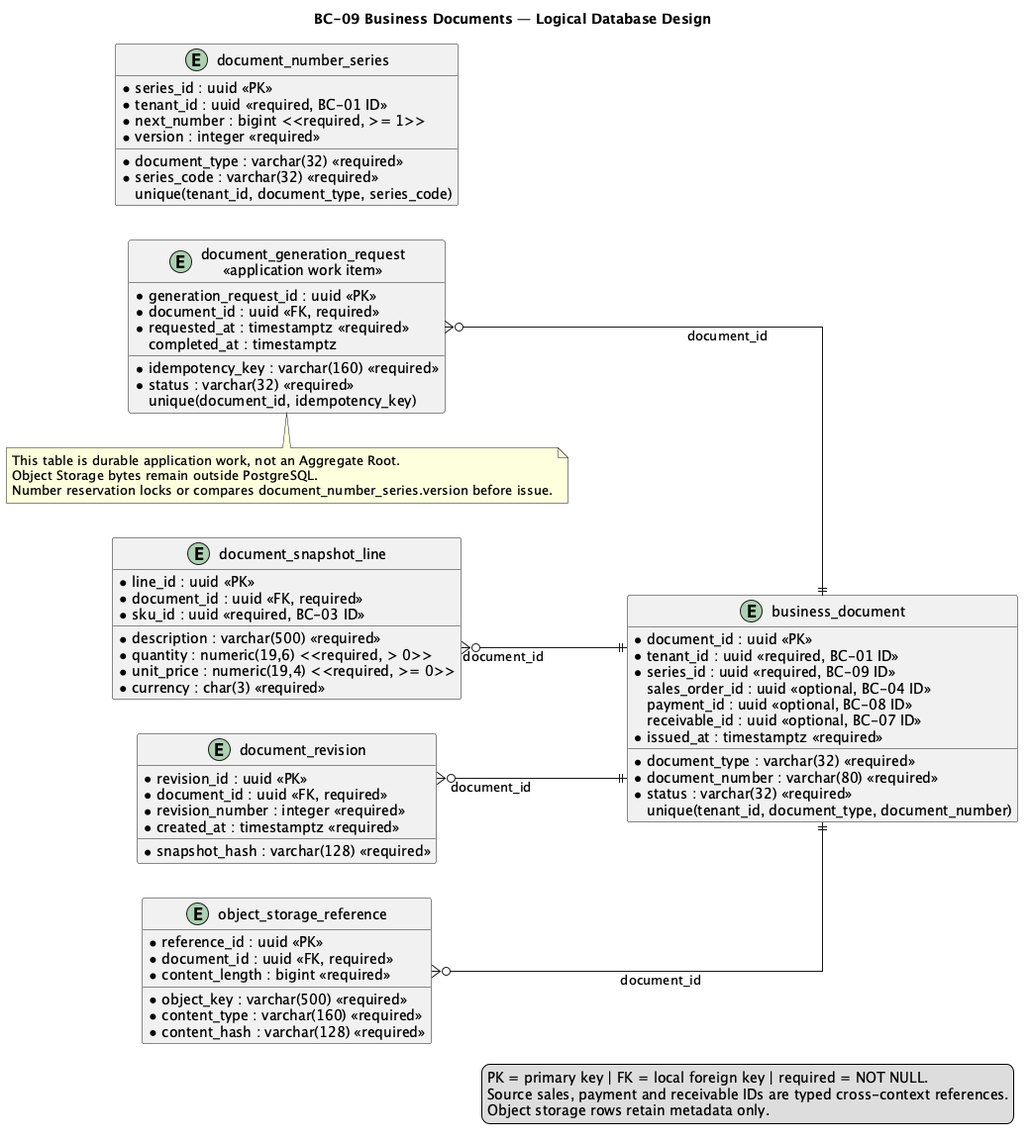
The PlantUML diagram report/assets/chapter-2/tactical/BC-09/database-diagram.png in nexa-suite/mobile-report, before a commit.
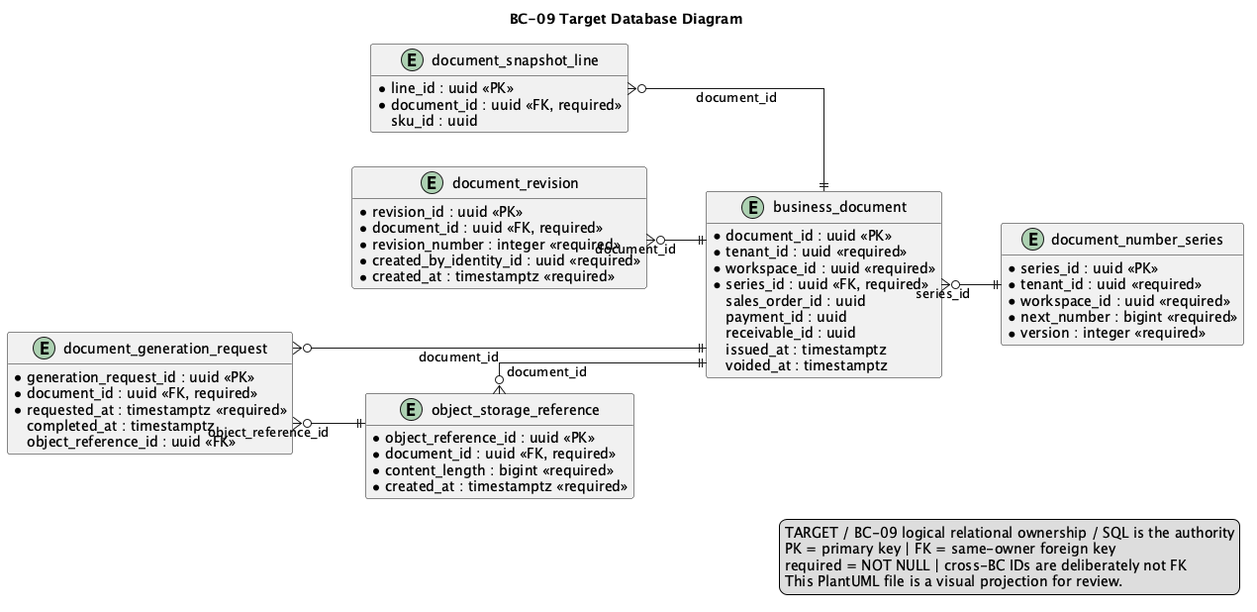
After the commit.

Change to the diagram source:
```diff
@@ -1,6 +1,7 @@
 @startuml
-title BC-09 Business Documents — Logical Database Design
+title BC-09 Target Database Diagram
 left to right direction
+hide methods
 skinparam shadowing false
 skinparam linetype ortho
 skinparam entity {
@@ -9,81 +10,83 @@
   FontColor #0F172A
 }
 
-entity "document_number_series" as document_number_series {
+entity "document_number_series" as t_document_number_series {
   * series_id : uuid <<PK>>
-  * tenant_id : uuid <<required, BC-01 ID>>
+  * tenant_id : uuid <<required>>
+  * workspace_id : uuid <<required>>
   * document_type : varchar(32) <<required>>
   * series_code : varchar(32) <<required>>
-  * next_number : bigint <<required, >= 1>>
+  * next_number : bigint <<required>>
   * version : integer <<required>>
-    unique(tenant_id, document_type, series_code)
 }
 
-entity "business_document" as business_document {
+entity "business_document" as t_business_document {
   * document_id : uuid <<PK>>
-  * tenant_id : uuid <<required, BC-01 ID>>
-  * series_id : uuid <<required, BC-09 ID>>
+  * tenant_id : uuid <<required>>
+  * workspace_id : uuid <<required>>
+  * series_id : uuid <<FK, required>>
   * document_type : varchar(32) <<required>>
   * document_number : varchar(80) <<required>>
-    sales_order_id : uuid <<optional, BC-04 ID>>
-    payment_id : uuid <<optional, BC-08 ID>>
-    receivable_id : uuid <<optional, BC-07 ID>>
+    sales_order_id : uuid
+    payment_id : uuid
+    receivable_id : uuid
   * status : varchar(32) <<required>>
-  * issued_at : timestamptz <<required>>
-    unique(tenant_id, document_type, document_number)
+    issued_at : timestamptz
+    voided_at : timestamptz
 }
 
-entity "document_snapshot_line" as document_snapshot_line {
+entity "document_snapshot_line" as t_document_snapshot_line {
   * line_id : uuid <<PK>>
   * document_id : uuid <<FK, required>>
-  * sku_id : uuid <<required, BC-03 ID>>
+    sku_id : uuid
+    sku_code : varchar(80)
   * description : varchar(500) <<required>>
-  * quantity : numeric(19,6) <<required, > 0>>
-  * unit_price : numeric(19,4) <<required, >= 0>>
+  * quantity : numeric(19,6) <<required>>
+  * unit_price : numeric(19,4) <<required>>
   * currency : char(3) <<required>>
+  * line_total : numeric(19,4) <<required>>
 }
 
-entity "document_revision" as document_revision {
+entity "document_revision" as t_document_revision {
   * revision_id : uuid <<PK>>
   * document_id : uuid <<FK, required>>
   * revision_number : integer <<required>>
   * snapshot_hash : varchar(128) <<required>>
+  * created_by_identity_id : uuid <<required>>
   * created_at : timestamptz <<required>>
 }
 
-entity "object_storage_reference" as object_storage_reference {
-  * reference_id : uuid <<PK>>
+entity "object_storage_reference" as t_object_storage_reference {
+  * object_reference_id : uuid <<PK>>
   * document_id : uuid <<FK, required>>
   * object_key : varchar(500) <<required>>
   * content_type : varchar(160) <<required>>
   * content_length : bigint <<required>>
   * content_hash : varchar(128) <<required>>
+  * created_at : timestamptz <<required>>
 }
 
-entity "document_generation_request\n<<application work item>>" as document_generation_request {
+entity "document_generation_request" as t_document_generation_request {
   * generation_request_id : uuid <<PK>>
   * document_id : uuid <<FK, required>>
-  * idempotency_key : varchar(160) <<required>>
   * status : varchar(32) <<required>>
   * requested_at : timestamptz <<required>>
     completed_at : timestamptz
-    unique(document_id, idempotency_key)
+    failure_reason : varchar(500)
+    object_reference_id : uuid <<FK>>
 }
 
-document_snapshot_line }o--|| business_document : document_id
-document_revision }o--|| business_document : document_id
-object_storage_reference }o--|| business_document : document_id
-document_generation_request }o--|| business_document : document_id
-
-note bottom of document_generation_request
-This table is durable application work, not an Aggregate Root.
-Object Storage bytes remain outside PostgreSQL.
-Number reservation locks or compares document_number_series.version before issue.
-end note
+t_business_document }o--|| t_document_number_series : series_id
+t_document_snapshot_line }o--|| t_business_document : document_id
+t_document_revision }o--|| t_business_document : document_id
+t_object_storage_reference }o--|| t_business_document : document_id
+t_document_generation_request }o--|| t_business_document : document_id
+t_document_generation_request }o--|| t_object_storage_reference : object_reference_id
 
 legend right
-PK = primary key | FK = local foreign key | required = NOT NULL.
-Source sales, payment and receivable IDs are typed cross-context references.
-Object storage rows retain metadata only.
+TARGET / BC-09 logical relational ownership / SQL is the authority
+PK = primary key | FK = same-owner foreign key
+required = NOT NULL | cross-BC IDs are deliberately not FK
+This PlantUML file is a visual projection for review.
 endlegend
 @enduml
```
